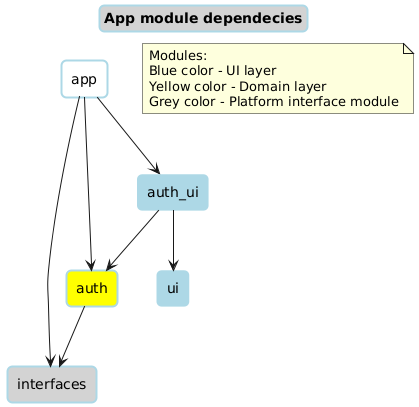
The PlantUML diagram images/package_diagram.png in SerhiiButryk/Notes, before a commit. Its diagram source:
```plantuml
@startuml
skinparam titleBorderRoundCorner 10
skinparam titleBorderThickness 2
skinparam titleBorderColor lightblue
skinparam titleBackgroundColor #D3D3D3

title App module dependecies

rectangle app #white
rectangle interfaces #LightGrey
rectangle auth #yellow
rectangle auth_ui #lightblue
rectangle ui #lightblue

app --> auth_ui
app --> auth
app --> interfaces
auth_ui --> ui
auth_ui --> auth
auth --> interfaces

note as Description
  Modules:
  Blue color - UI layer
  Yellow color - Domain layer
  Grey color - Platform interface module
end note
@enduml
```
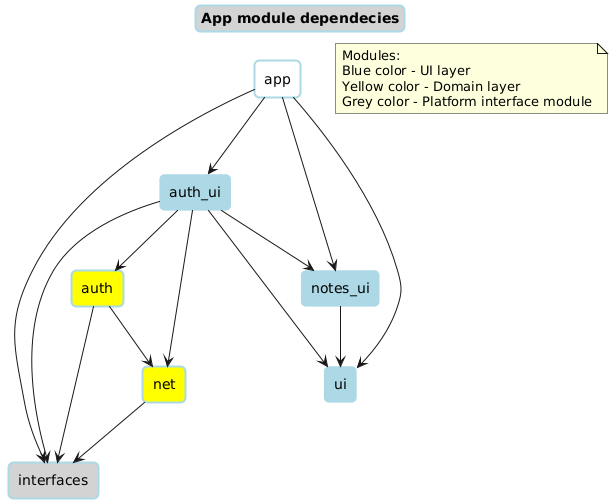
The same diagram one commit later.

Commit message:
Updated package deps diagram

Diff of the diagram source:
```diff
@@ -11,13 +11,22 @@
 rectangle auth #yellow
 rectangle auth_ui #lightblue
 rectangle ui #lightblue
+rectangle notes_ui #lightblue
+rectangle net #yellow
 
 app --> auth_ui
-app --> auth
+app --> ui
 app --> interfaces
+app --> notes_ui
 auth_ui --> ui
 auth_ui --> auth
+auth_ui --> net
+auth_ui --> notes_ui
+auth_ui --> interfaces
 auth --> interfaces
+auth --> net
+notes_ui --> ui
+net --> interfaces
 
 note as Description
   Modules:
```
